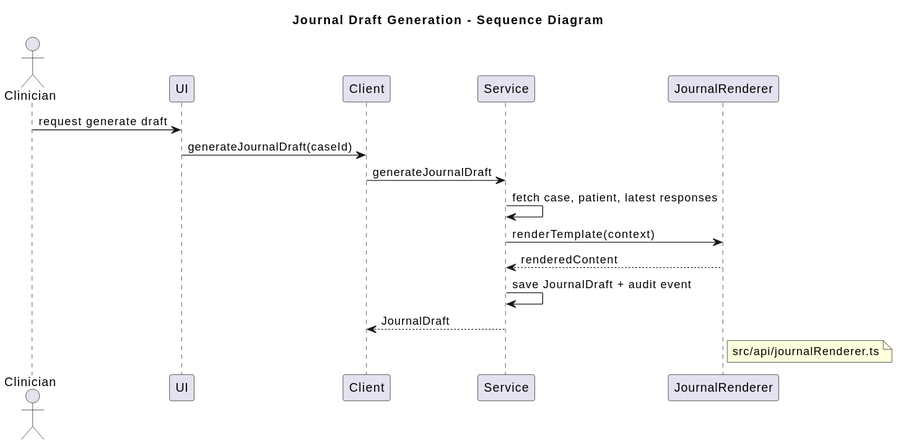
Before: docs/diagrams/journal-generation-sequence.svg, a diagram exported from PlantUML (gforge/DUK). Its diagram source:
```plantuml
@startuml

title Journal Draft Generation - Sequence Diagram

actor Clinician
participant "UI" as UI
participant "Client" as Client
participant "Service" as Service
participant "JournalRenderer" as JR

Clinician -> UI : request generate draft
UI -> Client : generateJournalDraft(caseId)
Client -> Service : generateJournalDraft
Service -> Service : fetch case, patient, latest responses
Service -> JR : renderTemplate(context)
JR --> Service : renderedContent
Service -> Service : save JournalDraft + audit event
Service --> Client : JournalDraft

note right of JR: src/api/journalRenderer.ts
@enduml
```
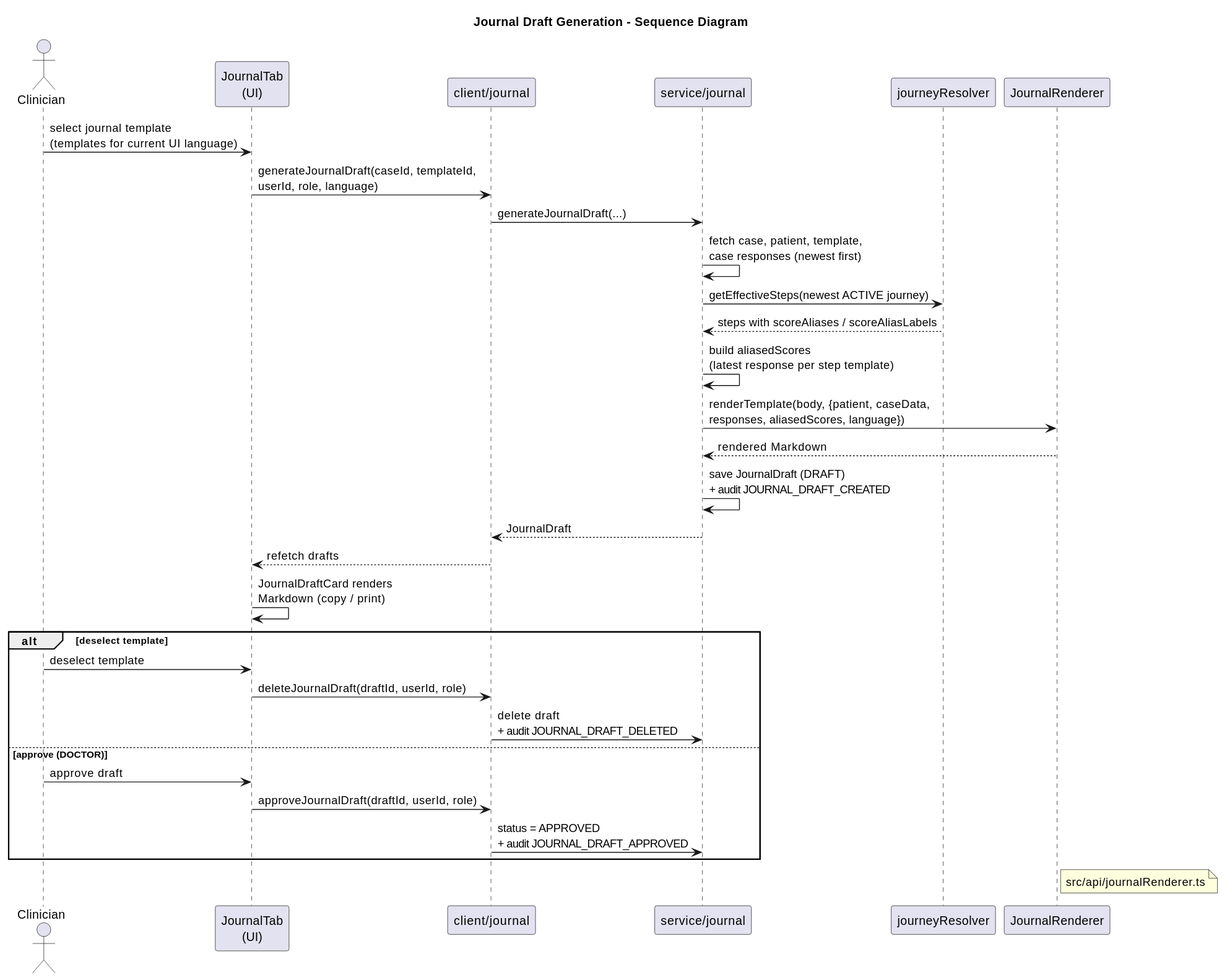
Above is the later version.

What changed in the source:
```diff
@@ -3,19 +3,35 @@
 title Journal Draft Generation - Sequence Diagram
 
 actor Clinician
-participant "UI" as UI
-participant "Client" as Client
-participant "Service" as Service
+participant "JournalTab\n(UI)" as UI
+participant "client/journal" as Client
+participant "service/journal" as Service
+participant "journeyResolver" as Resolver
 participant "JournalRenderer" as JR
 
-Clinician -> UI : request generate draft
-UI -> Client : generateJournalDraft(caseId)
-Client -> Service : generateJournalDraft
-Service -> Service : fetch case, patient, latest responses
-Service -> JR : renderTemplate(context)
-JR --> Service : renderedContent
-Service -> Service : save JournalDraft + audit event
+Clinician -> UI : select journal template\n(templates for current UI language)
+UI -> Client : generateJournalDraft(caseId, templateId,\nuserId, role, language)
+Client -> Service : generateJournalDraft(...)
+Service -> Service : fetch case, patient, template,\ncase responses (newest first)
+Service -> Resolver : getEffectiveSteps(newest ACTIVE journey)
+Resolver --> Service : steps with scoreAliases / scoreAliasLabels
+Service -> Service : build aliasedScores\n(latest response per step template)
+Service -> JR : renderTemplate(body, {patient, caseData,\nresponses, aliasedScores, language})
+JR --> Service : rendered Markdown
+Service -> Service : save JournalDraft (DRAFT)\n+ audit JOURNAL_DRAFT_CREATED
 Service --> Client : JournalDraft
+Client --> UI : refetch drafts
+UI -> UI : JournalDraftCard renders\nMarkdown (copy / print)
+
+alt deselect template
+  Clinician -> UI : deselect template
+  UI -> Client : deleteJournalDraft(draftId, userId, role)
+  Client -> Service : delete draft\n+ audit JOURNAL_DRAFT_DELETED
+else approve (DOCTOR)
+  Clinician -> UI : approve draft
+  UI -> Client : approveJournalDraft(draftId, userId, role)
+  Client -> Service : status = APPROVED\n+ audit JOURNAL_DRAFT_APPROVED
+end
 
 note right of JR: src/api/journalRenderer.ts
 @enduml
```
